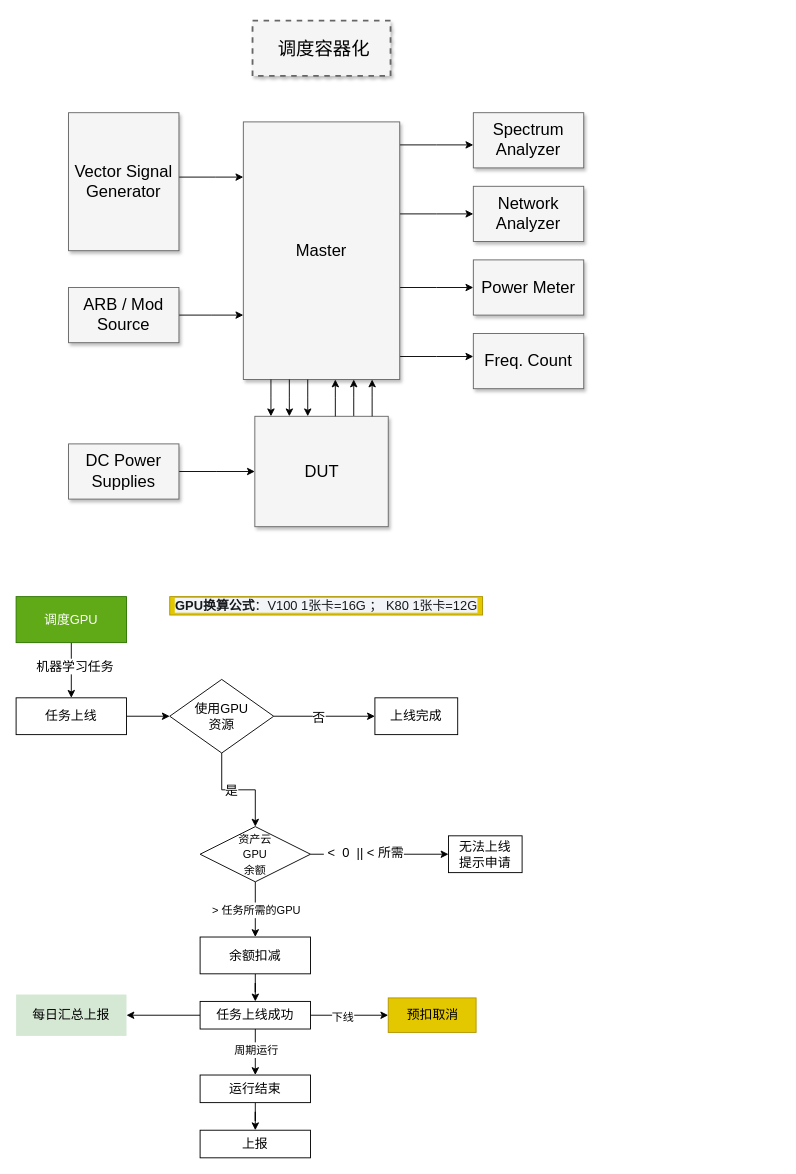
Above: sirius.drawio in smallbaby/draw_flow (draw.io), before the change. Source tidied: cells renumbered, new cells numbered last; positions are measured from the earlier drawing's top-left corner, leaving out a move shared by most shapes. Both pictures are drawn from the tidied source at 92%, with x=0, y=0 at pixel (16, 20).
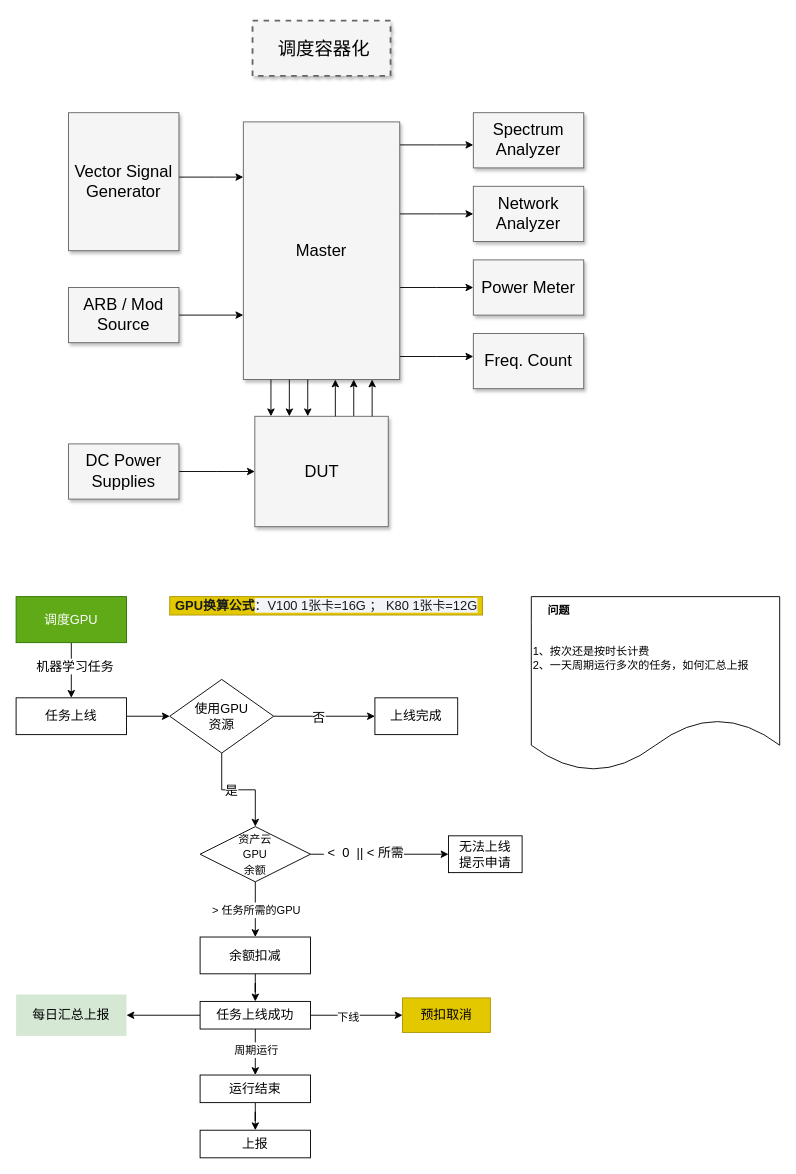
The same page after the edit.

The edit, as a diff of the source:
```diff
@@
-    <mxCell id="46" value="&lt;span style=&quot;color: rgb(23 , 26 , 29) ; font-family: , , &amp;#34;pingfang sc&amp;#34; , &amp;#34;hiragino sans gb&amp;#34; , &amp;#34;segoe ui&amp;#34; , , &amp;#34;roboto&amp;#34; , &amp;#34;droid sans&amp;#34; , &amp;#34;helvetica neue&amp;#34; , sans-serif ; font-size: 14px ; text-align: left ; background-color: rgb(242 , 244 , 248)&quot;&gt;&lt;b&gt;GPU换算公式&lt;/b&gt;：V100 1张卡=16G ； K80 1张卡=12G&lt;/span&gt;" style="text;html=1;align=center;verticalAlign=middle;strokeColor=#B09500;fillColor=#e3c800;fontColor=#000000;" parent="1" vertex="1">
+    <mxCell id="46" value="&lt;b style=&quot;color: rgb(23 , 26 , 29) ; font-size: 14px ; text-align: left&quot;&gt;GPU换算公式&lt;/b&gt;&lt;span style=&quot;color: rgb(23 , 26 , 29) ; font-size: 14px ; text-align: left ; background-color: rgb(242 , 244 , 248)&quot;&gt;：V100 1张卡=16G ； K80 1张卡=12G&lt;/span&gt;" style="text;html=1;align=center;verticalAlign=middle;strokeColor=#B09500;fillColor=#e3c800;fontColor=#000000;" parent="1" vertex="1">
       <mxGeometry x="167" y="626" width="340" height="20" as="geometry" />
     </mxCell>
@@
     <mxCell id="54" value="预扣取消" style="whiteSpace=wrap;html=1;rounded=0;fontSize=14;fillColor=#e3c800;fontColor=#000000;strokeColor=#B09500;" parent="1" vertex="1">
-      <mxGeometry x="404.5" y="1062.2" width="95.5" height="37.5" as="geometry" />
+      <mxGeometry x="420" y="1062.2" width="95.5" height="37.5" as="geometry" />
     </mxCell>
@@
+    <mxCell id="56" value="1、按次还是按时长计费&lt;br&gt;2、一天周期运行多次的任务，如何汇总上报" style="shape=document;whiteSpace=wrap;html=1;boundedLbl=1;fontSize=12;align=left;" parent="1" vertex="1">
+      <mxGeometry x="560" y="626" width="270" height="190" as="geometry" />
+    </mxCell>
+    <mxCell id="57" value="问题" style="text;html=1;strokeColor=none;fillColor=none;align=center;verticalAlign=middle;whiteSpace=wrap;rounded=0;fontSize=12;fontStyle=1;" parent="1" vertex="1">
+      <mxGeometry x="560" y="626" width="60" height="30" as="geometry" />
+    </mxCell>
```
